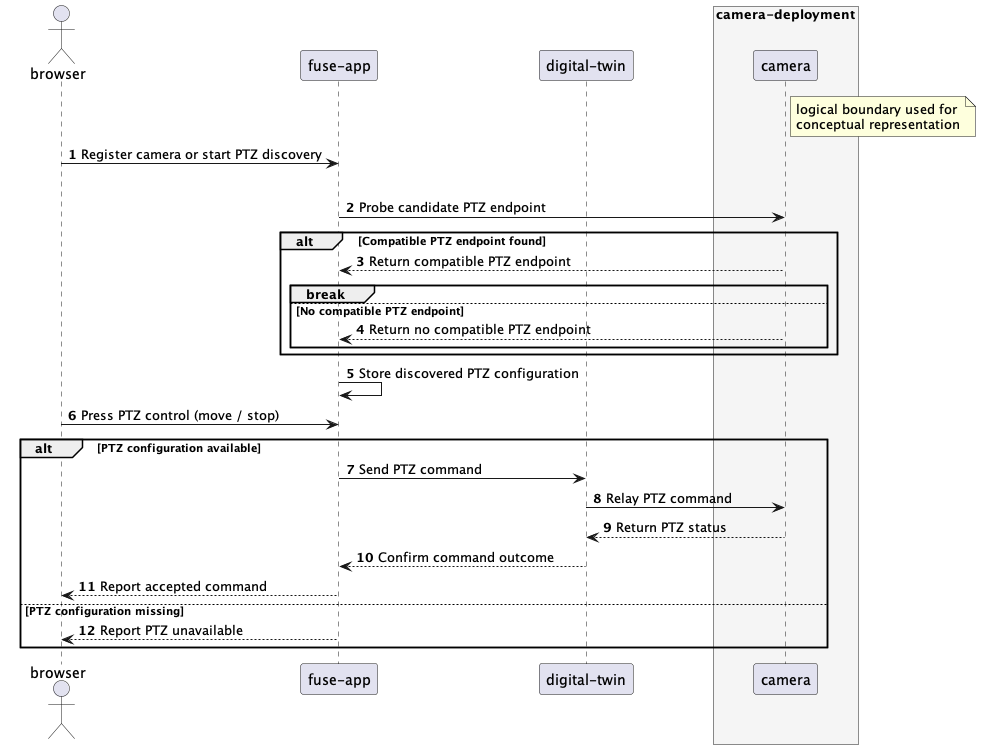
This is thesis/ch3/assets/ptz-sd.png from gustavocaiano/fuse, a PlantUML export, as it was before one commit.
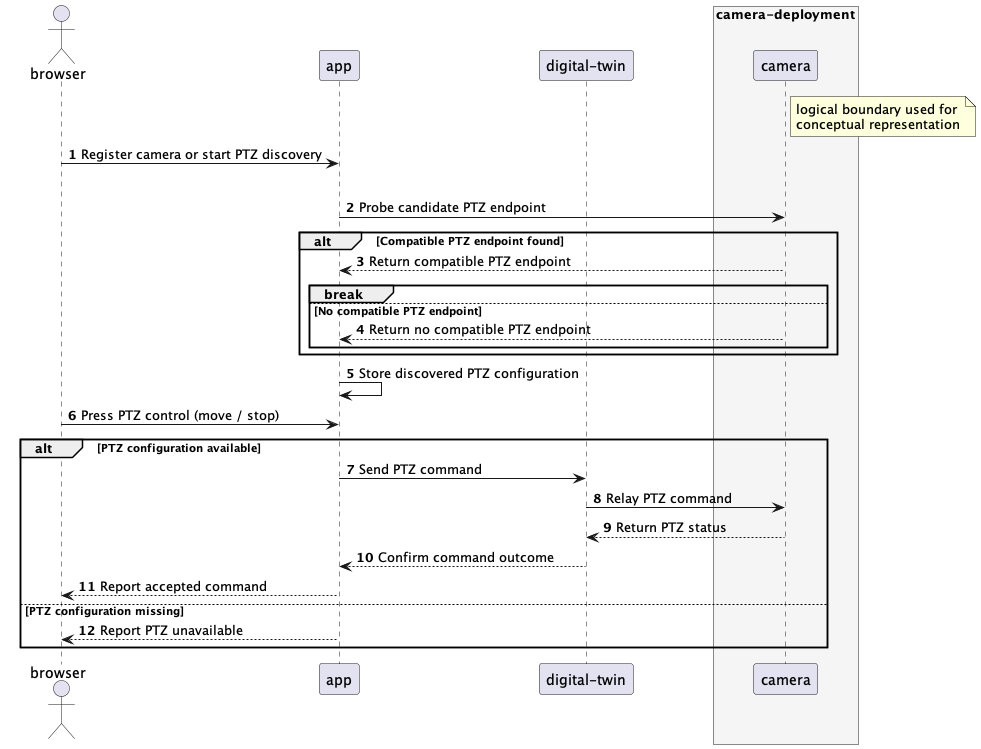
After the commit.

Change to the diagram source:
```diff
@@ -5,7 +5,7 @@
 skinparam responseMessageBelowArrow true
 
 actor "browser" as Browser
-participant "fuse-app" as FuseApp
+participant "app" as FuseApp
 participant "digital-twin" as DigitalTwin
 box "camera-deployment" #F5F5F5
   participant "camera" as Camera
```
